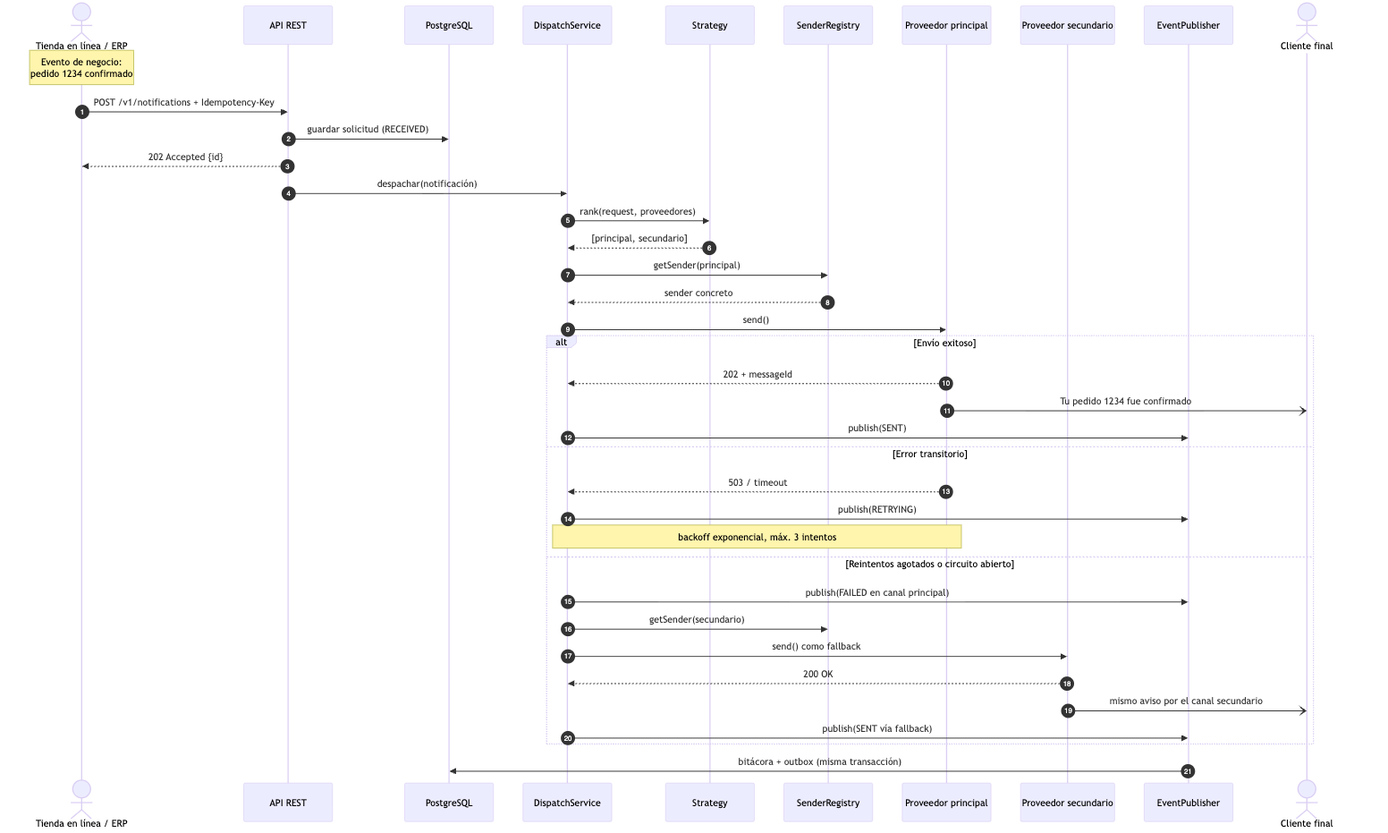
Earlier version of the Mermaid export docs/diagrams/render/05-secuencia-envio.png (joseraulsoriano/notifyhub). Its source is kept beside it as docs/diagrams/05-secuencia-envio.mmd.
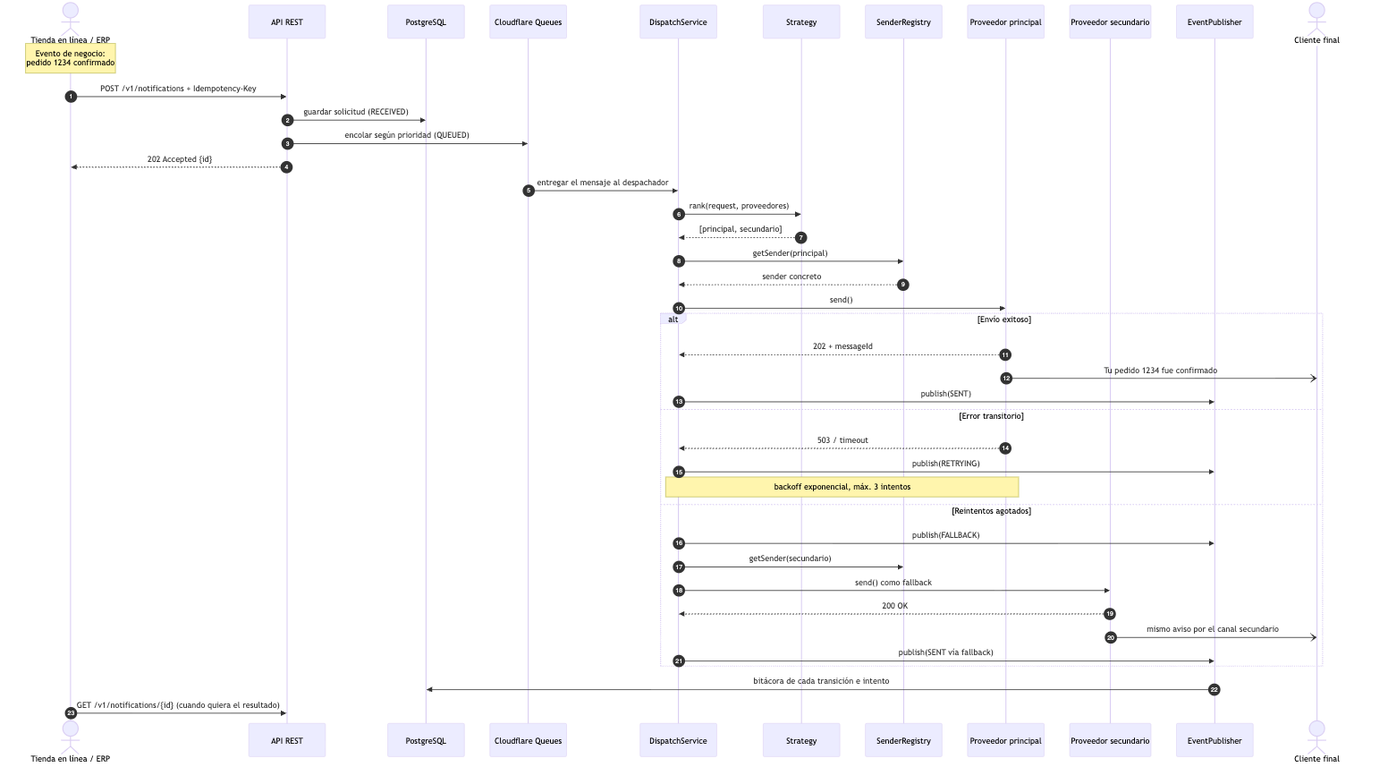
Above is the later version.

Diff of the diagram source:
```diff
@@ -3,6 +3,7 @@
   actor T as Tienda en línea / ERP
   participant API as API REST
   participant DB as PostgreSQL
+  participant Q as Cloudflare Queues
   participant D as DispatchService
   participant S as Strategy
   participant F as SenderRegistry
@@ -13,8 +14,9 @@
   Note over T: Evento de negocio:<br/>pedido 1234 confirmado
   T->>API: POST /v1/notifications + Idempotency-Key
   API->>DB: guardar solicitud (RECEIVED)
+  API->>Q: encolar según prioridad (QUEUED)
   API-->>T: 202 Accepted {id}
-  API->>D: despachar(notificación)
+  Q->>D: entregar el mensaje al despachador
   D->>S: rank(request, proveedores)
   S-->>D: [principal, secundario]
   D->>F: getSender(principal)
@@ -28,12 +30,13 @@
     P1-->>D: 503 / timeout
     D->>E: publish(RETRYING)
     Note over D,P1: backoff exponencial, máx. 3 intentos
-  else Reintentos agotados o circuito abierto
-    D->>E: publish(FAILED en canal principal)
+  else Reintentos agotados
+    D->>E: publish(FALLBACK)
     D->>F: getSender(secundario)
     D->>P2: send() como fallback
     P2-->>D: 200 OK
     P2-)B: mismo aviso por el canal secundario
     D->>E: publish(SENT vía fallback)
   end
-  E->>DB: bitácora + outbox (misma transacción)
+  E->>DB: bitácora de cada transición e intento
+  T->>API: GET /v1/notifications/{id} (cuando quiera el resultado)
```
